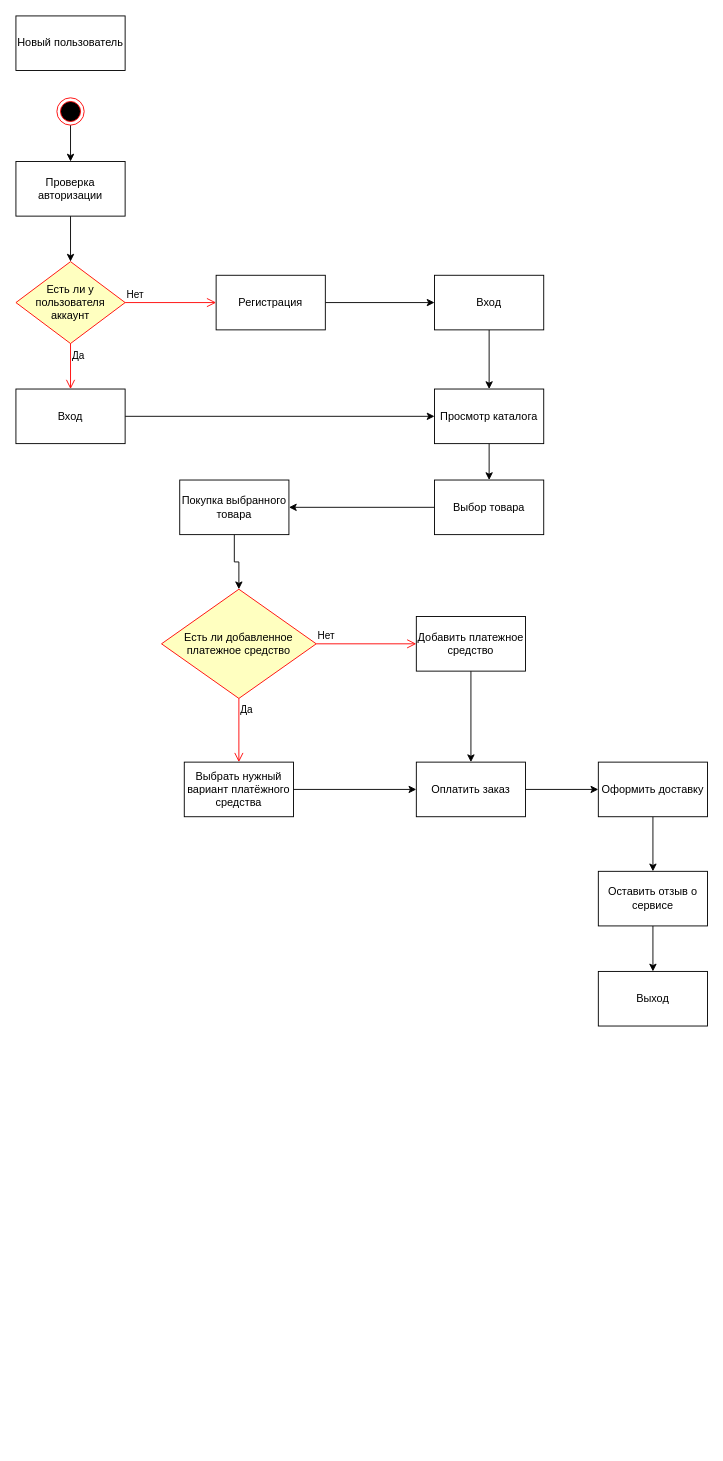
Before: Диаграмма без названия.drawio in Shine2970/laba-12, a draw.io diagram. Source tidied: cells renumbered, new cells numbered last; positions are measured from the earlier drawing's top-left corner, leaving out a move shared by most shapes. Both pictures are drawn from the tidied source at 91%, with x=0, y=0 at pixel (15, 15).
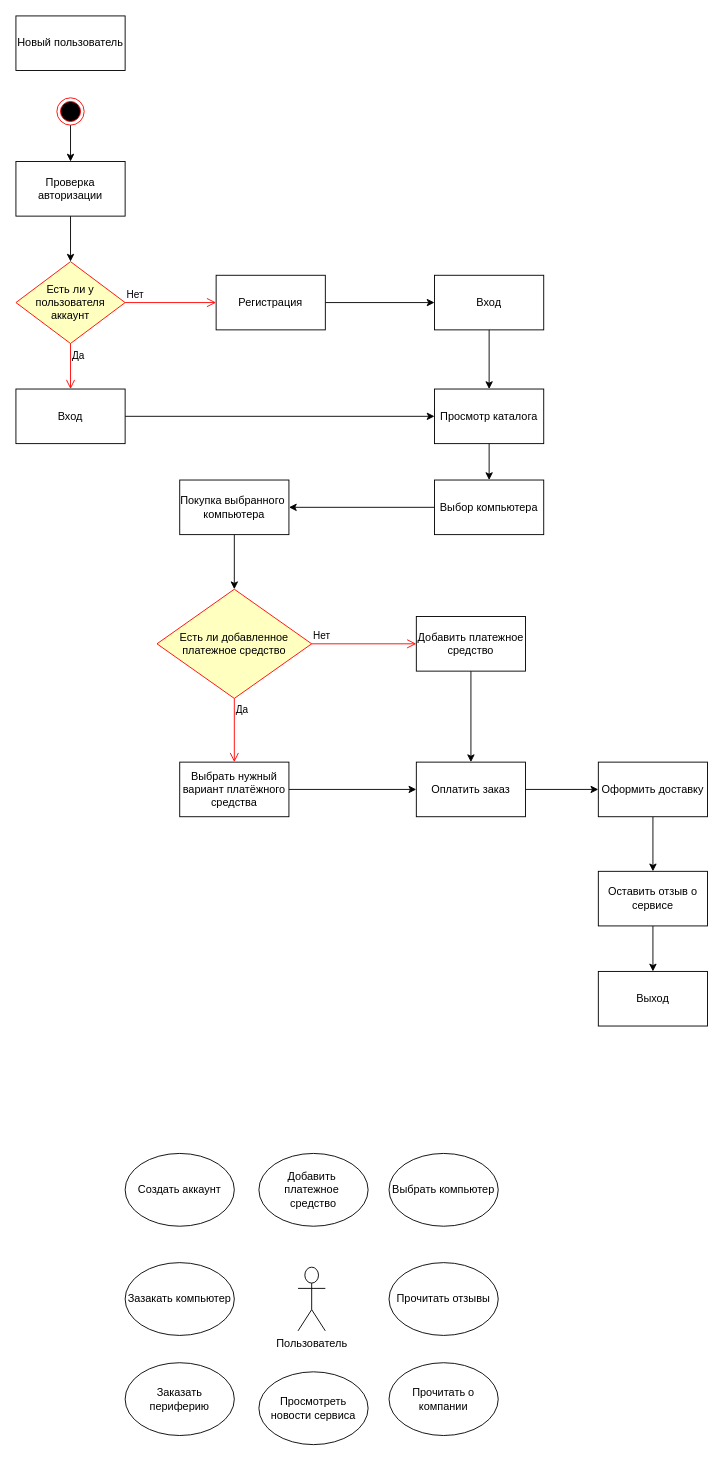
Above is the later version.

Change to the diagram source:
```diff
@@
-    <mxCell id="19" value="Выбор товара" style="rounded=0;whiteSpace=wrap;html=1;" parent="1" vertex="1">
+    <mxCell id="19" value="Выбор компьютера" style="rounded=0;whiteSpace=wrap;html=1;" parent="1" vertex="1">
       <mxGeometry x="460" y="510" width="120" height="60" as="geometry" />
     </mxCell>
@@
-    <mxCell id="21" value="Покупка выбранного товара" style="rounded=0;whiteSpace=wrap;html=1;" parent="1" vertex="1">
+    <mxCell id="21" value="Покупка выбранного&amp;nbsp;&lt;div&gt;компьютера&lt;/div&gt;" style="rounded=0;whiteSpace=wrap;html=1;" parent="1" vertex="1">
       <mxGeometry x="180" y="510" width="120" height="60" as="geometry" />
     </mxCell>
     <mxCell id="22" value="Есть ли добавленное платежное средство" style="rhombus;whiteSpace=wrap;html=1;fontColor=#000000;fillColor=#ffffc0;strokeColor=#ff0000;" parent="1" vertex="1">
-      <mxGeometry x="160" y="630" width="170" height="120" as="geometry" />
+      <mxGeometry x="155" y="630" width="170" height="120" as="geometry" />
     </mxCell>
@@
     <mxCell id="28" value="Выбрать нужный вариант платёжного средства" style="rounded=0;whiteSpace=wrap;html=1;" parent="1" vertex="1">
-      <mxGeometry x="185" y="820" width="120" height="60" as="geometry" />
+      <mxGeometry x="180" y="820" width="120" height="60" as="geometry" />
     </mxCell>
@@
+    <mxCell id="36" value="Пользователь" style="shape=umlActor;verticalLabelPosition=bottom;verticalAlign=top;html=1;" parent="1" vertex="1">
+      <mxGeometry x="310" y="1375" width="30" height="70" as="geometry" />
+    </mxCell>
+    <mxCell id="37" value="Выбрать компьютер" style="ellipse;whiteSpace=wrap;html=1;" parent="1" vertex="1">
+      <mxGeometry x="410" y="1250" width="120" height="80" as="geometry" />
+    </mxCell>
+    <mxCell id="38" value="Прочитать отзывы" style="ellipse;whiteSpace=wrap;html=1;" parent="1" vertex="1">
+      <mxGeometry x="410" y="1370" width="120" height="80" as="geometry" />
+    </mxCell>
+    <mxCell id="39" value="Прочитать о компании" style="ellipse;whiteSpace=wrap;html=1;" parent="1" vertex="1">
+      <mxGeometry x="410" y="1480" width="120" height="80" as="geometry" />
+    </mxCell>
+    <mxCell id="40" value="Создать аккаунт" style="ellipse;whiteSpace=wrap;html=1;" parent="1" vertex="1">
+      <mxGeometry x="120" y="1250" width="120" height="80" as="geometry" />
+    </mxCell>
+    <mxCell id="41" value="Зазакать компьютер" style="ellipse;whiteSpace=wrap;html=1;" parent="1" vertex="1">
+      <mxGeometry x="120" y="1370" width="120" height="80" as="geometry" />
+    </mxCell>
+    <mxCell id="42" value="Заказать периферию" style="ellipse;whiteSpace=wrap;html=1;" parent="1" vertex="1">
+      <mxGeometry x="120" y="1480" width="120" height="80" as="geometry" />
+    </mxCell>
+    <mxCell id="43" value="Добавить&amp;nbsp;&lt;div&gt;платежное&amp;nbsp;&lt;/div&gt;&lt;div&gt;средство&lt;/div&gt;" style="ellipse;whiteSpace=wrap;html=1;" parent="1" vertex="1">
+      <mxGeometry x="267" y="1250" width="120" height="80" as="geometry" />
+    </mxCell>
+    <mxCell id="44" value="Просмотреть новости сервиса" style="ellipse;whiteSpace=wrap;html=1;" parent="1" vertex="1">
+      <mxGeometry x="267" y="1490" width="120" height="80" as="geometry" />
+    </mxCell>
```
